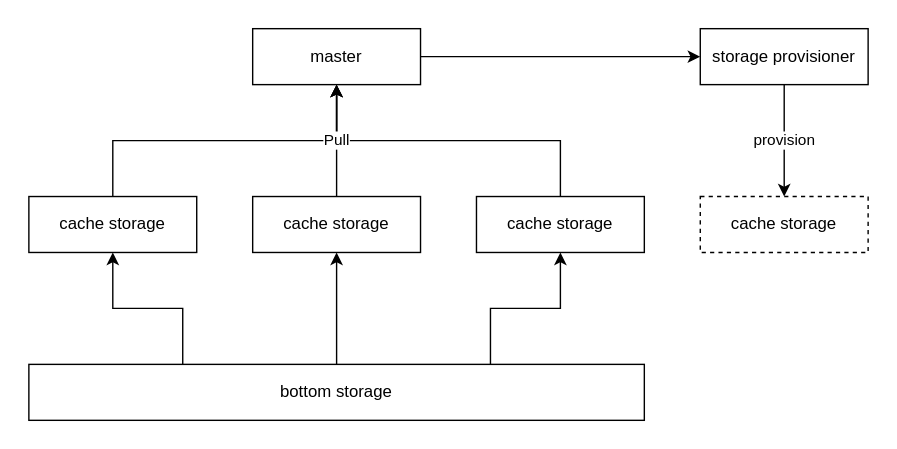
The draw.io diagram docs/rfcs/images/cached-storage-architecture.drawio.svg in engula/engula, before a commit. Source tidied: cells renumbered, new cells last; positions are measured from the earlier drawing's top-left corner, leaving out a move shared by most shapes. The source it was exported from:
```xml
<mxGraphModel>
  <root>
    <mxCell id="0" />
    <mxCell id="1" parent="0" />
    <mxCell id="2" style="rounded=0;whiteSpace=wrap;html=1;dashed=1;strokeColor=none;" parent="1" vertex="1">
      <mxGeometry width="640" height="320" as="geometry" />
    </mxCell>
    <mxCell id="3" style="edgeStyle=none;html=1;exitX=1;exitY=0.5;exitDx=0;exitDy=0;entryX=0;entryY=0.5;entryDx=0;entryDy=0;" parent="1" edge="1" source="4" target="16">
      <mxGeometry relative="1" as="geometry" />
    </mxCell>
    <mxCell id="4" value="master" style="rounded=0;whiteSpace=wrap;html=1;" parent="1" vertex="1">
      <mxGeometry x="180" y="20" width="120" height="40" as="geometry" />
    </mxCell>
    <mxCell id="5" style="edgeStyle=orthogonalEdgeStyle;html=1;exitX=0.5;exitY=0;exitDx=0;exitDy=0;entryX=0.5;entryY=1;entryDx=0;entryDy=0;rounded=0;" parent="1" edge="1" source="6" target="4">
      <mxGeometry relative="1" as="geometry" />
    </mxCell>
    <mxCell id="6" value="cache storage" style="rounded=0;whiteSpace=wrap;html=1;" parent="1" vertex="1">
      <mxGeometry x="20" y="140" width="120" height="40" as="geometry" />
    </mxCell>
    <mxCell id="7" style="edgeStyle=orthogonalEdgeStyle;rounded=0;html=1;exitX=0.25;exitY=0;exitDx=0;exitDy=0;entryX=0.5;entryY=1;entryDx=0;entryDy=0;" parent="1" edge="1" source="10" target="6">
      <mxGeometry relative="1" as="geometry" />
    </mxCell>
    <mxCell id="8" style="edgeStyle=orthogonalEdgeStyle;rounded=0;html=1;exitX=0.5;exitY=0;exitDx=0;exitDy=0;entryX=0.5;entryY=1;entryDx=0;entryDy=0;" parent="1" edge="1" source="10" target="14">
      <mxGeometry relative="1" as="geometry" />
    </mxCell>
    <mxCell id="9" style="edgeStyle=orthogonalEdgeStyle;rounded=0;html=1;exitX=0.75;exitY=0;exitDx=0;exitDy=0;entryX=0.5;entryY=1;entryDx=0;entryDy=0;" parent="1" edge="1" source="10" target="12">
      <mxGeometry relative="1" as="geometry" />
    </mxCell>
    <mxCell id="10" value="bottom storage" style="rounded=0;whiteSpace=wrap;html=1;" parent="1" vertex="1">
      <mxGeometry x="20" y="260" width="440" height="40" as="geometry" />
    </mxCell>
    <mxCell id="11" style="edgeStyle=orthogonalEdgeStyle;rounded=0;html=1;exitX=0.5;exitY=0;exitDx=0;exitDy=0;" parent="1" edge="1" source="12" target="4">
      <mxGeometry relative="1" as="geometry" />
    </mxCell>
    <mxCell id="12" value="cache storage" style="rounded=0;whiteSpace=wrap;html=1;" parent="1" vertex="1">
      <mxGeometry x="340" y="140" width="120" height="40" as="geometry" />
    </mxCell>
    <mxCell id="13" value="Pull" style="edgeStyle=orthogonalEdgeStyle;rounded=0;html=1;exitX=0.5;exitY=0;exitDx=0;exitDy=0;entryX=0.5;entryY=1;entryDx=0;entryDy=0;" parent="1" edge="1" source="14" target="4">
      <mxGeometry relative="1" as="geometry" />
    </mxCell>
    <mxCell id="14" value="cache storage" style="rounded=0;whiteSpace=wrap;html=1;" parent="1" vertex="1">
      <mxGeometry x="180" y="140" width="120" height="40" as="geometry" />
    </mxCell>
    <mxCell id="15" value="provision" style="edgeStyle=none;html=1;exitX=0.5;exitY=1;exitDx=0;exitDy=0;entryX=0.5;entryY=0;entryDx=0;entryDy=0;" parent="1" edge="1" source="16" target="17">
      <mxGeometry relative="1" as="geometry" />
    </mxCell>
    <mxCell id="16" value="storage provisioner" style="rounded=0;whiteSpace=wrap;html=1;" parent="1" vertex="1">
      <mxGeometry x="500" y="20" width="120" height="40" as="geometry" />
    </mxCell>
    <mxCell id="17" value="cache storage" style="rounded=0;whiteSpace=wrap;html=1;dashed=1;" parent="1" vertex="1">
      <mxGeometry x="500" y="140" width="120" height="40" as="geometry" />
    </mxCell>
  </root>
</mxGraphModel>
```
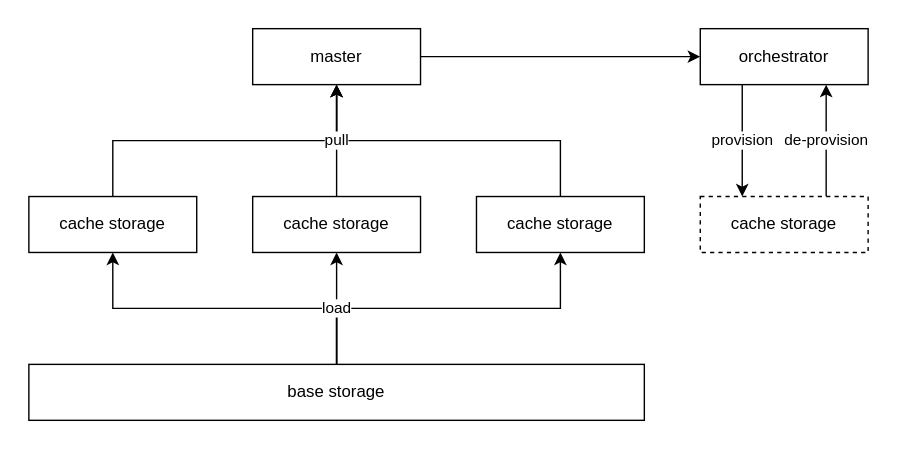
After the commit.

The edit, as a diff of the source:
```diff
@@ -17,16 +17,13 @@
     <mxCell id="6" value="cache storage" style="rounded=0;whiteSpace=wrap;html=1;" parent="1" vertex="1">
       <mxGeometry x="20" y="140" width="120" height="40" as="geometry" />
     </mxCell>
-    <mxCell id="7" style="edgeStyle=orthogonalEdgeStyle;rounded=0;html=1;exitX=0.25;exitY=0;exitDx=0;exitDy=0;entryX=0.5;entryY=1;entryDx=0;entryDy=0;" parent="1" edge="1" source="10" target="6">
+    <mxCell id="7" style="edgeStyle=orthogonalEdgeStyle;rounded=0;html=1;exitX=0.5;exitY=0;exitDx=0;exitDy=0;entryX=0.5;entryY=1;entryDx=0;entryDy=0;" parent="1" edge="1" source="10" target="6">
       <mxGeometry relative="1" as="geometry" />
     </mxCell>
-    <mxCell id="8" style="edgeStyle=orthogonalEdgeStyle;rounded=0;html=1;exitX=0.5;exitY=0;exitDx=0;exitDy=0;entryX=0.5;entryY=1;entryDx=0;entryDy=0;" parent="1" edge="1" source="10" target="14">
-      <mxGeometry relative="1" as="geometry" />
-    </mxCell>
-    <mxCell id="9" style="edgeStyle=orthogonalEdgeStyle;rounded=0;html=1;exitX=0.75;exitY=0;exitDx=0;exitDy=0;entryX=0.5;entryY=1;entryDx=0;entryDy=0;" parent="1" edge="1" source="10" target="12">
+    <mxCell id="9" style="edgeStyle=orthogonalEdgeStyle;rounded=0;html=1;exitX=0.5;exitY=0;exitDx=0;exitDy=0;entryX=0.5;entryY=1;entryDx=0;entryDy=0;" parent="1" edge="1" source="10" target="12">
       <mxGeometry relative="1" as="geometry" />
     </mxCell>
-    <mxCell id="10" value="bottom storage" style="rounded=0;whiteSpace=wrap;html=1;" parent="1" vertex="1">
+    <mxCell id="10" value="base storage" style="rounded=0;whiteSpace=wrap;html=1;" parent="1" vertex="1">
       <mxGeometry x="20" y="260" width="440" height="40" as="geometry" />
     </mxCell>
     <mxCell id="11" style="edgeStyle=orthogonalEdgeStyle;rounded=0;html=1;exitX=0.5;exitY=0;exitDx=0;exitDy=0;" parent="1" edge="1" source="12" target="4">
@@ -35,20 +32,26 @@
     <mxCell id="12" value="cache storage" style="rounded=0;whiteSpace=wrap;html=1;" parent="1" vertex="1">
       <mxGeometry x="340" y="140" width="120" height="40" as="geometry" />
     </mxCell>
-    <mxCell id="13" value="Pull" style="edgeStyle=orthogonalEdgeStyle;rounded=0;html=1;exitX=0.5;exitY=0;exitDx=0;exitDy=0;entryX=0.5;entryY=1;entryDx=0;entryDy=0;" parent="1" edge="1" source="14" target="4">
+    <mxCell id="13" value="pull" style="edgeStyle=orthogonalEdgeStyle;rounded=0;html=1;exitX=0.5;exitY=0;exitDx=0;exitDy=0;entryX=0.5;entryY=1;entryDx=0;entryDy=0;" parent="1" edge="1" source="14" target="4">
       <mxGeometry relative="1" as="geometry" />
     </mxCell>
     <mxCell id="14" value="cache storage" style="rounded=0;whiteSpace=wrap;html=1;" parent="1" vertex="1">
       <mxGeometry x="180" y="140" width="120" height="40" as="geometry" />
     </mxCell>
-    <mxCell id="15" value="provision" style="edgeStyle=none;html=1;exitX=0.5;exitY=1;exitDx=0;exitDy=0;entryX=0.5;entryY=0;entryDx=0;entryDy=0;" parent="1" edge="1" source="16" target="17">
+    <mxCell id="15" value="provision" style="edgeStyle=none;html=1;exitX=0.25;exitY=1;exitDx=0;exitDy=0;entryX=0.25;entryY=0;entryDx=0;entryDy=0;" parent="1" edge="1" source="16" target="17">
       <mxGeometry relative="1" as="geometry" />
     </mxCell>
-    <mxCell id="16" value="storage provisioner" style="rounded=0;whiteSpace=wrap;html=1;" parent="1" vertex="1">
+    <mxCell id="16" value="orchestrator" style="rounded=0;whiteSpace=wrap;html=1;" parent="1" vertex="1">
       <mxGeometry x="500" y="20" width="120" height="40" as="geometry" />
     </mxCell>
+    <mxCell id="18" value="de-provision" style="edgeStyle=none;html=1;exitX=0.75;exitY=0;exitDx=0;exitDy=0;entryX=0.75;entryY=1;entryDx=0;entryDy=0;" parent="1" edge="1" source="17" target="16">
+      <mxGeometry relative="1" as="geometry" />
+    </mxCell>
     <mxCell id="17" value="cache storage" style="rounded=0;whiteSpace=wrap;html=1;dashed=1;" parent="1" vertex="1">
       <mxGeometry x="500" y="140" width="120" height="40" as="geometry" />
     </mxCell>
+    <mxCell id="8" value="load" style="edgeStyle=orthogonalEdgeStyle;rounded=0;html=1;exitX=0.5;exitY=0;exitDx=0;exitDy=0;entryX=0.5;entryY=1;entryDx=0;entryDy=0;" parent="1" edge="1" source="10" target="14">
+      <mxGeometry relative="1" as="geometry" />
+    </mxCell>
   </root>
 </mxGraphModel>
```
